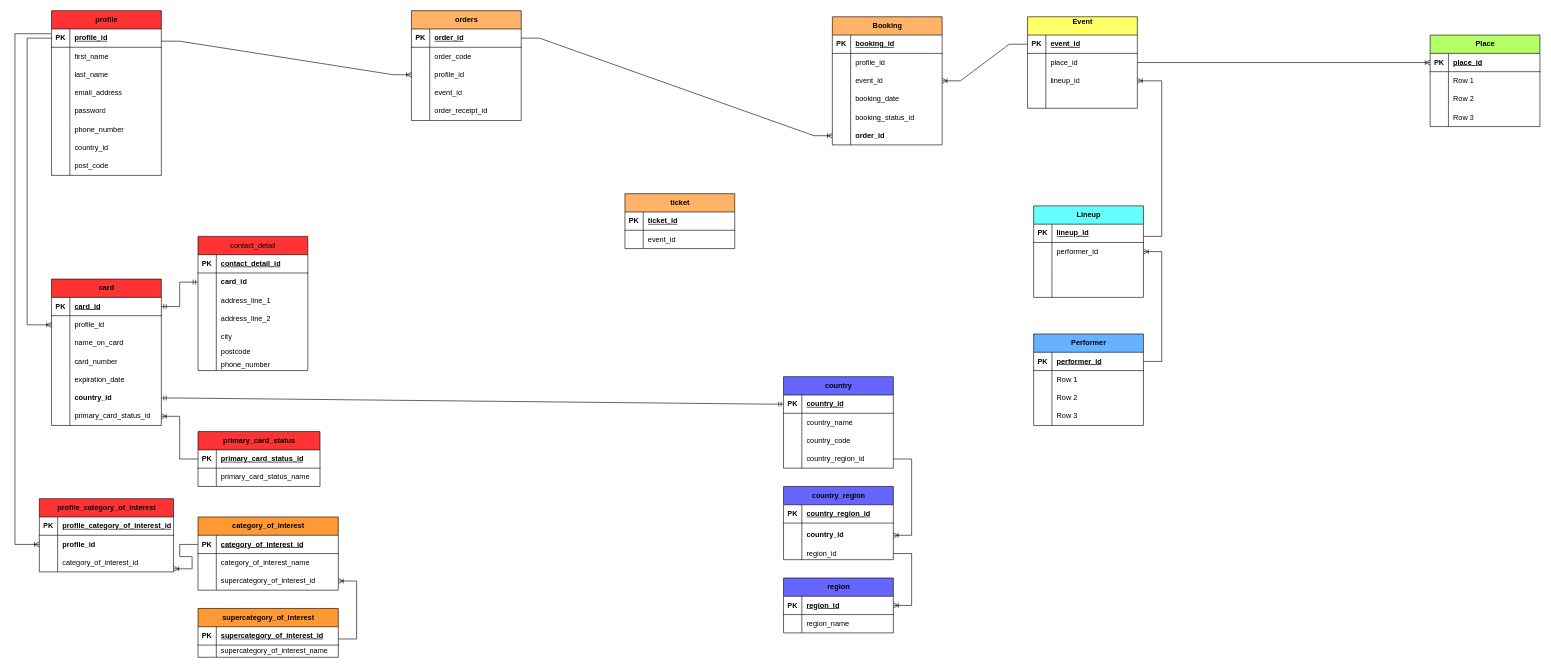
This is page "lower level" (3 of 3) of test.drawio from weirparty/drawings, a draw.io file, before an edit. Source tidied: cells renumbered, new cells numbered last; positions are measured from the earlier drawing's top-left corner, leaving out a move shared by most shapes. Both pictures are drawn from the tidied source at 61%, with x=0, y=0 at pixel (15, 10).
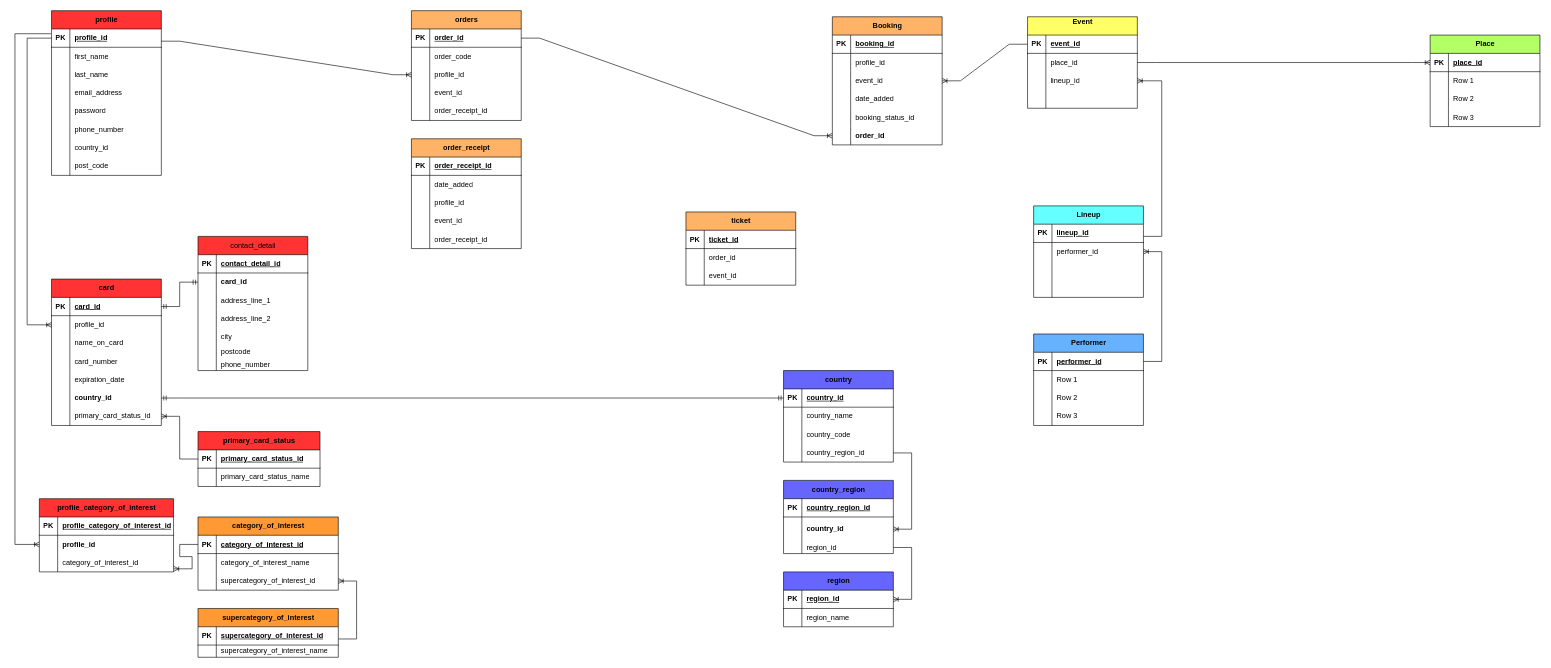
After the change.

The change refers to these unchanged cells:
```xml
<mxCell id="38" style="shape=tableRow;horizontal=0;startSize=0;swimlaneHead=0;swimlaneBody=0;fillColor=none;top=0;left=0;right=0;bottom=0;" parent="28" vertex="1">
  <mxGeometry y="120" width="180" height="30" as="geometry" />
</mxCell>
<mxCell id="241" style="shape=tableRow;horizontal=0;startSize=0;swimlaneHead=0;swimlaneBody=0;fillColor=none;top=0;left=0;right=0;bottom=0;" parent="237" vertex="1">
  <mxGeometry y="60" width="180" height="30" as="geometry" />
</mxCell>
```

Change to the diagram source:
```diff
@@
-    <mxCell id="40" value="booking_date" style="shape=partialRectangle;fillColor=none;top=0;left=0;bottom=0;right=0;align=left;spacingLeft=6;overflow=hidden;whiteSpace=wrap;html=1;" parent="38" vertex="1">
+    <mxCell id="40" value="date_added" style="shape=partialRectangle;fillColor=none;top=0;left=0;bottom=0;right=0;align=left;spacingLeft=6;overflow=hidden;whiteSpace=wrap;html=1;" parent="38" vertex="1">
       <mxGeometry x="30" width="150" height="30" as="geometry" />
     </mxCell>
@@
     <mxCell id="124" value="country" style="shape=table;startSize=30;childLayout=tableLayout;rowLines=0;fontStyle=1;align=center;html=1;fillColor=#6666FF;" parent="1" vertex="1">
-      <mxGeometry x="1260" y="600" width="180" height="150" as="geometry" />
+      <mxGeometry x="1260" y="590" width="180" height="150" as="geometry" />
     </mxCell>
@@
     <mxCell id="137" value="country_region" style="shape=table;startSize=30;childLayout=tableLayout;rowLines=0;fontStyle=1;align=center;html=1;fillColor=#6666FF;" parent="1" vertex="1">
-      <mxGeometry x="1260" y="780" width="180" height="120" as="geometry" />
+      <mxGeometry x="1260" y="770" width="180" height="120" as="geometry" />
     </mxCell>
@@
     <mxCell id="147" value="region" style="shape=table;startSize=30;childLayout=tableLayout;rowLines=0;fontStyle=1;align=center;html=1;fillColor=#6666FF;" parent="1" vertex="1">
-      <mxGeometry x="1260" y="930" width="180" height="90" as="geometry" />
+      <mxGeometry x="1260" y="920" width="180" height="90" as="geometry" />
     </mxCell>
@@
     <mxCell id="237" value="ticket" style="shape=table;startSize=30;childLayout=tableLayout;rowLines=0;fontStyle=1;align=center;html=1;fillColor=#FFB366;" parent="1" vertex="1">
-      <mxGeometry x="1000" y="300" width="180" height="90" as="geometry" />
+      <mxGeometry x="1100" y="330" width="180" height="120" as="geometry" />
     </mxCell>
@@
-    <mxCell id="243" value="event_id" style="shape=partialRectangle;fillColor=none;top=0;left=0;bottom=0;right=0;align=left;spacingLeft=6;overflow=hidden;whiteSpace=wrap;html=1;" parent="241" vertex="1">
+    <mxCell id="243" value="order_id" style="shape=partialRectangle;fillColor=none;top=0;left=0;bottom=0;right=0;align=left;spacingLeft=6;overflow=hidden;whiteSpace=wrap;html=1;" parent="241" vertex="1">
       <mxGeometry x="30" width="150" height="30" as="geometry" />
     </mxCell>
+    <mxCell id="244" style="shape=tableRow;horizontal=0;startSize=0;swimlaneHead=0;swimlaneBody=0;fillColor=none;top=0;left=0;right=0;bottom=0;" parent="237" vertex="1">
+      <mxGeometry y="90" width="180" height="30" as="geometry" />
+    </mxCell>
+    <mxCell id="245" style="shape=partialRectangle;fillColor=none;top=0;left=0;bottom=0;right=0;overflow=hidden;whiteSpace=wrap;html=1;" parent="244" vertex="1">
+      <mxGeometry width="30" height="30" as="geometry" />
+    </mxCell>
+    <mxCell id="246" value="event_id" style="shape=partialRectangle;fillColor=none;top=0;left=0;bottom=0;right=0;align=left;spacingLeft=6;overflow=hidden;whiteSpace=wrap;html=1;" parent="244" vertex="1">
+      <mxGeometry x="30" width="150" height="30" as="geometry" />
+    </mxCell>
+    <mxCell id="247" value="order_receipt" style="shape=table;startSize=30;childLayout=tableLayout;rowLines=0;fontStyle=1;align=center;html=1;fillColor=#FFB366;" parent="1" vertex="1">
+      <mxGeometry x="650" y="210" width="180" height="180" as="geometry" />
+    </mxCell>
+    <mxCell id="248" style="shape=tableRow;horizontal=0;startSize=0;swimlaneHead=0;swimlaneBody=0;fillColor=none;top=0;left=0;right=0;bottom=1;" parent="247" vertex="1">
+      <mxGeometry y="30" width="180" height="30" as="geometry" />
+    </mxCell>
+    <mxCell id="249" value="PK" style="shape=partialRectangle;fillColor=none;top=0;left=0;bottom=0;right=0;fontStyle=1;overflow=hidden;whiteSpace=wrap;html=1;" parent="248" vertex="1">
+      <mxGeometry width="30" height="30" as="geometry" />
+    </mxCell>
+    <mxCell id="250" value="order_receipt_id" style="shape=partialRectangle;fillColor=none;top=0;left=0;bottom=0;right=0;align=left;spacingLeft=6;fontStyle=5;overflow=hidden;whiteSpace=wrap;html=1;" parent="248" vertex="1">
+      <mxGeometry x="30" width="150" height="30" as="geometry" />
+    </mxCell>
+    <mxCell id="251" style="shape=tableRow;horizontal=0;startSize=0;swimlaneHead=0;swimlaneBody=0;fillColor=none;top=0;left=0;right=0;bottom=0;" parent="247" vertex="1">
+      <mxGeometry y="60" width="180" height="30" as="geometry" />
+    </mxCell>
+    <mxCell id="252" style="shape=partialRectangle;fillColor=none;top=0;left=0;bottom=0;right=0;overflow=hidden;whiteSpace=wrap;html=1;" parent="251" vertex="1">
+      <mxGeometry width="30" height="30" as="geometry" />
+    </mxCell>
+    <mxCell id="253" value="date_added" style="shape=partialRectangle;fillColor=none;top=0;left=0;bottom=0;right=0;align=left;spacingLeft=6;overflow=hidden;whiteSpace=wrap;html=1;" parent="251" vertex="1">
+      <mxGeometry x="30" width="150" height="30" as="geometry" />
+    </mxCell>
+    <mxCell id="254" style="shape=tableRow;horizontal=0;startSize=0;swimlaneHead=0;swimlaneBody=0;fillColor=none;top=0;left=0;right=0;bottom=0;" parent="247" vertex="1">
+      <mxGeometry y="90" width="180" height="30" as="geometry" />
+    </mxCell>
+    <mxCell id="255" style="shape=partialRectangle;fillColor=none;top=0;left=0;bottom=0;right=0;overflow=hidden;whiteSpace=wrap;html=1;" parent="254" vertex="1">
+      <mxGeometry width="30" height="30" as="geometry" />
+    </mxCell>
+    <mxCell id="256" value="profile_id" style="shape=partialRectangle;fillColor=none;top=0;left=0;bottom=0;right=0;align=left;spacingLeft=6;overflow=hidden;whiteSpace=wrap;html=1;" parent="254" vertex="1">
+      <mxGeometry x="30" width="150" height="30" as="geometry" />
+    </mxCell>
+    <mxCell id="257" style="shape=tableRow;horizontal=0;startSize=0;swimlaneHead=0;swimlaneBody=0;fillColor=none;top=0;left=0;right=0;bottom=0;" parent="247" vertex="1">
+      <mxGeometry y="120" width="180" height="30" as="geometry" />
+    </mxCell>
+    <mxCell id="258" style="shape=partialRectangle;fillColor=none;top=0;left=0;bottom=0;right=0;overflow=hidden;whiteSpace=wrap;html=1;" parent="257" vertex="1">
+      <mxGeometry width="30" height="30" as="geometry" />
+    </mxCell>
+    <mxCell id="259" value="event_id" style="shape=partialRectangle;fillColor=none;top=0;left=0;bottom=0;right=0;align=left;spacingLeft=6;overflow=hidden;whiteSpace=wrap;html=1;" parent="257" vertex="1">
+      <mxGeometry x="30" width="150" height="30" as="geometry" />
+    </mxCell>
+    <mxCell id="260" style="shape=tableRow;horizontal=0;startSize=0;swimlaneHead=0;swimlaneBody=0;fillColor=none;top=0;left=0;right=0;bottom=0;" parent="247" vertex="1">
+      <mxGeometry y="150" width="180" height="30" as="geometry" />
+    </mxCell>
+    <mxCell id="261" style="shape=partialRectangle;fillColor=none;top=0;left=0;bottom=0;right=0;overflow=hidden;whiteSpace=wrap;html=1;" parent="260" vertex="1">
+      <mxGeometry width="30" height="30" as="geometry" />
+    </mxCell>
+    <mxCell id="262" value="order_receipt_id" style="shape=partialRectangle;fillColor=none;top=0;left=0;bottom=0;right=0;align=left;spacingLeft=6;overflow=hidden;whiteSpace=wrap;html=1;" parent="260" vertex="1">
+      <mxGeometry x="30" width="150" height="30" as="geometry" />
+    </mxCell>
```
